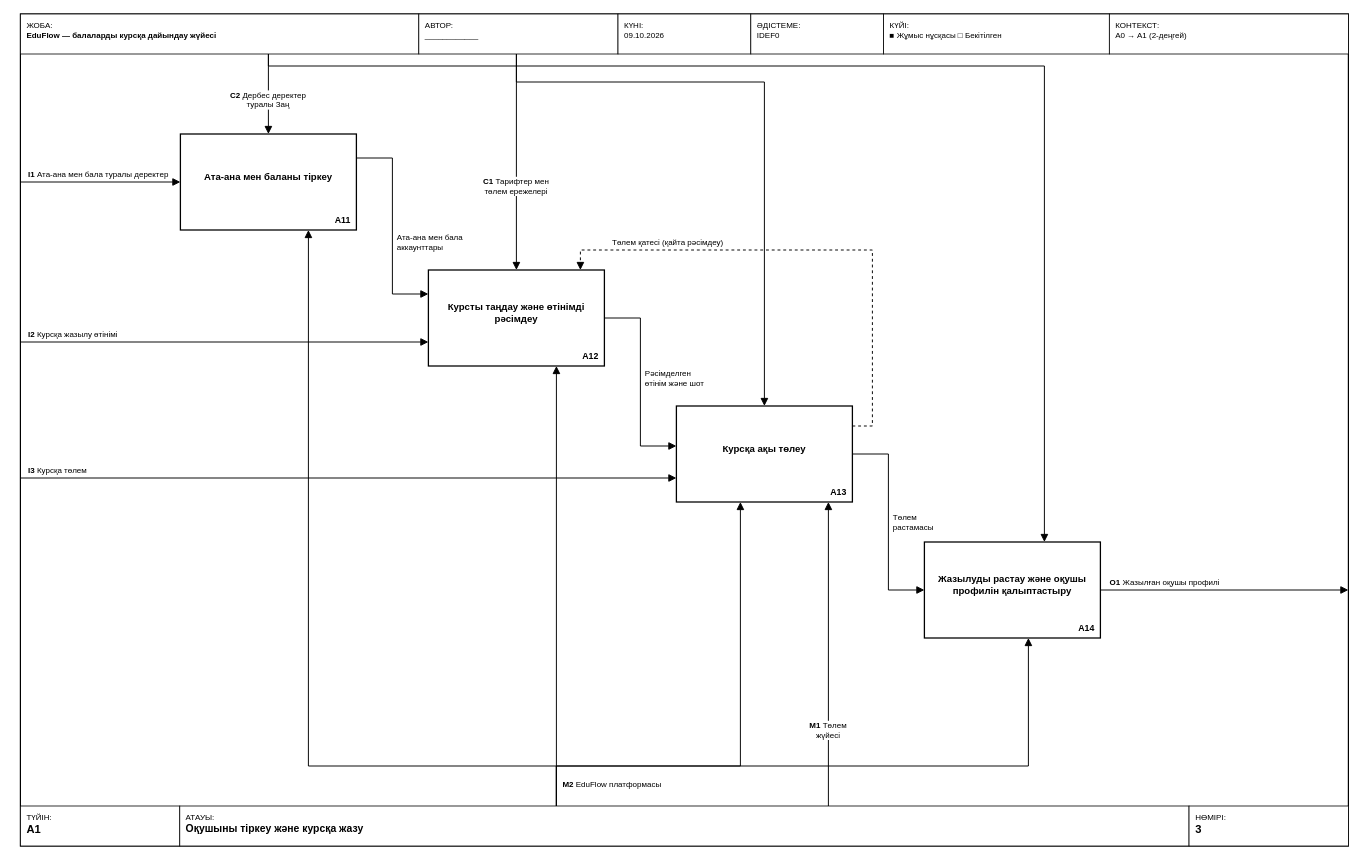
Earlier version of the draw.io diagram EduFlow-project/drawio/03_IDEF0_A1.drawio (zholdasbekovmeyirlan-code/my-website). Source tidied: cells renumbered, new cells numbered last; positions are measured from the earlier drawing's top-left corner, leaving out a move shared by most shapes. Both pictures are drawn from the tidied source at 80%, with x=0, y=0 at pixel (20, 14).
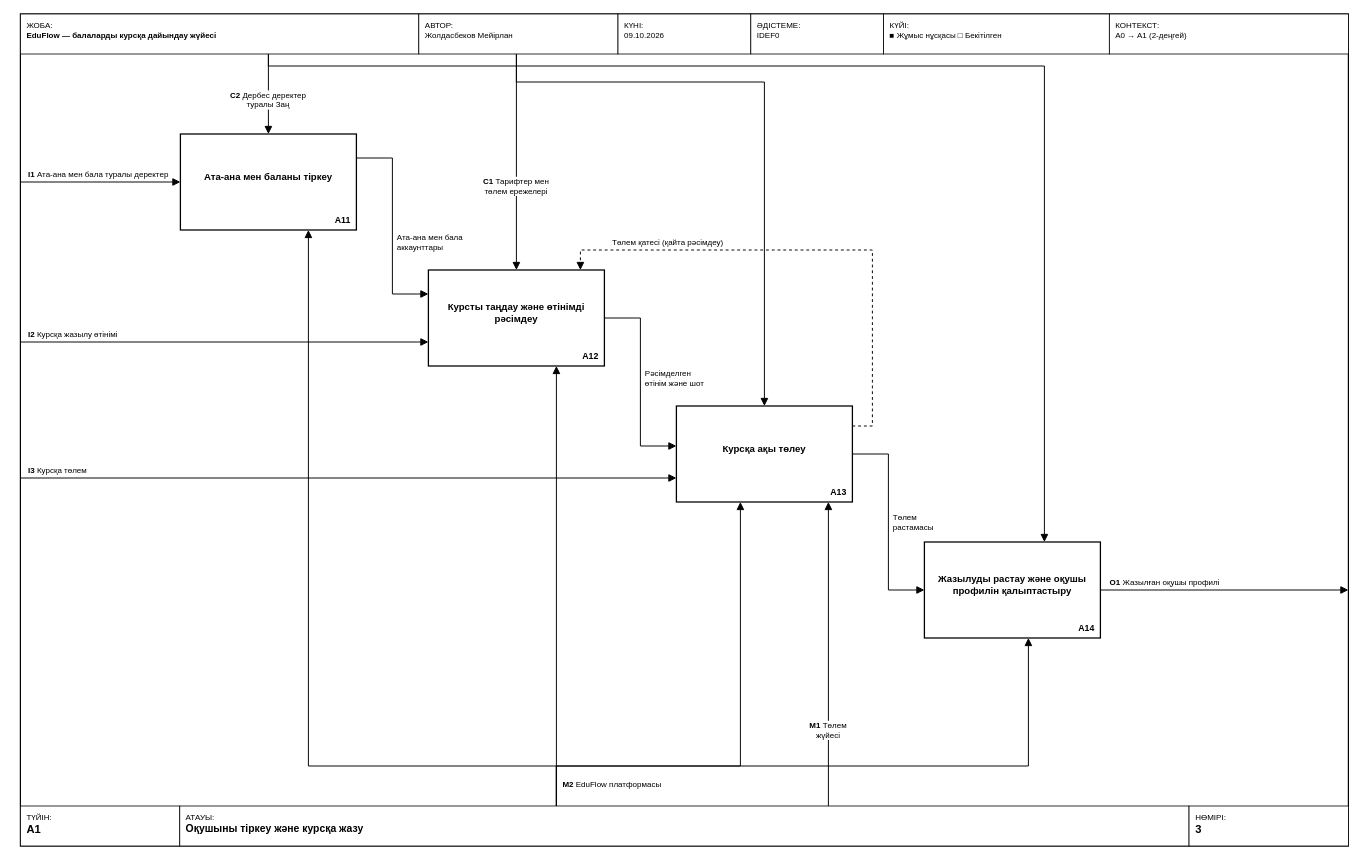
After the change.

What changed in the source:
```diff
@@
-    <mxCell id="4" value="АВТОР:&lt;br&gt;____________" style="fontFamily=Arial;rounded=0;whiteSpace=wrap;html=1;fillColor=#FFFFFF;align=left;verticalAlign=top;fontSize=10;spacingLeft=6;spacingTop=2;" parent="1" vertex="1">
+    <mxCell id="4" value="АВТОР:&lt;br&gt;Жолдасбеков Мейірлан" style="fontFamily=Arial;rounded=0;whiteSpace=wrap;html=1;fillColor=#FFFFFF;align=left;verticalAlign=top;fontSize=10;spacingLeft=6;spacingTop=2;" parent="1" vertex="1">
       <mxGeometry x="498" width="249" height="50" as="geometry" />
     </mxCell>
```
